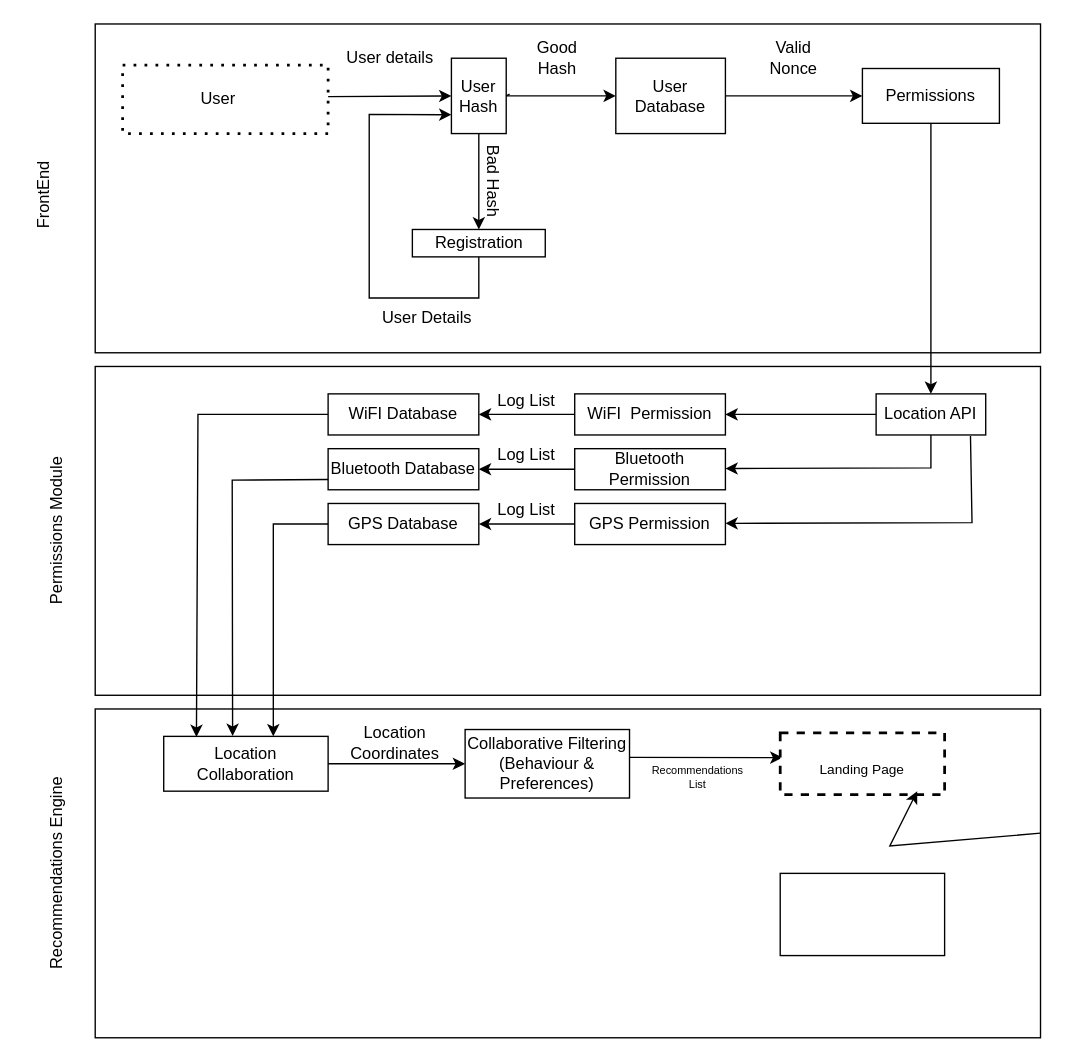
Pey-crypto/LOCI keeps this draw.io diagram as System_design.drawio. Above is the earlier version. Source tidied: cells renumbered, new cells numbered last; positions are measured from the earlier drawing's top-left corner, leaving out a move shared by most shapes. Both pictures are drawn from the tidied source at 137%, with x=0, y=0 at pixel (-125, 23).
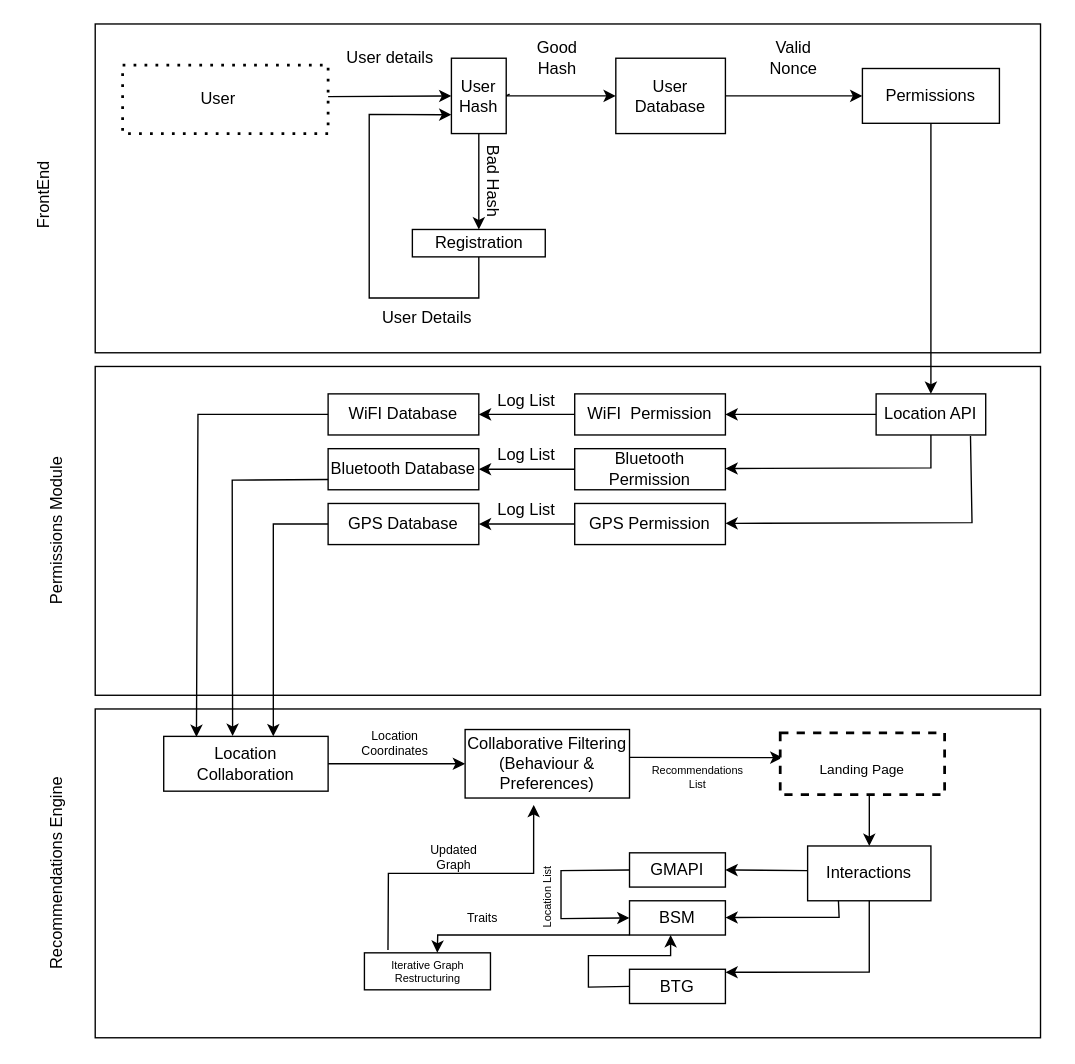
The same diagram, later.

The change refers to these unchanged cells:
```xml
<mxCell id="22" style="rounded=0;whiteSpace=wrap;html=1;" parent="1" vertex="1">
  <mxGeometry x="160" y="500" width="690" height="240" as="geometry" />
</mxCell>
<mxCell id="47" value="Collaborative Filtering (Behaviour &amp;amp; Preferences)" style="rounded=0;whiteSpace=wrap;html=1;" parent="1" vertex="1">
  <mxGeometry x="430" y="515" width="120" height="50" as="geometry" />
</mxCell>
<mxCell id="52" value="&lt;font size=&quot;1&quot;&gt;Landing Page&lt;/font&gt;" style="rounded=0;whiteSpace=wrap;html=1;fontSize=20;strokeWidth=2;dashed=1;" parent="1" vertex="1">
  <mxGeometry x="660" y="517.5" width="120" height="45" as="geometry" />
</mxCell>
```

The edit, as a diff of the source:
```diff
@@
-    <mxCell id="49" value="Location Coordinates" style="text;html=1;strokeColor=none;fillColor=none;align=center;verticalAlign=middle;whiteSpace=wrap;rounded=0;" parent="1" vertex="1">
+    <mxCell id="49" value="Location Coordinates" style="text;html=1;strokeColor=none;fillColor=none;align=center;verticalAlign=middle;whiteSpace=wrap;rounded=0;fontSize=9;" parent="1" vertex="1">
       <mxGeometry x="338" y="510" width="82" height="30" as="geometry" />
     </mxCell>
@@
-    <mxCell id="53" style="endArrow=classic;html=1;rounded=0;fontSize=12;" parent="1" edge="1" source="22">
-      <mxGeometry relative="1" as="geometry">
-        <mxPoint x="760" y="560" as="targetPoint" />
-        <Array as="points">
-          <mxPoint x="740" y="600" />
-        </Array>
-      </mxGeometry>
+    <mxCell id="53" style="endArrow=classic;html=1;rounded=0;fontSize=12;exitX=0.542;exitY=1.004;exitDx=0;exitDy=0;exitPerimeter=0;" parent="1" edge="1" source="52" target="54">
+      <mxGeometry relative="1" as="geometry" />
     </mxCell>
-    <mxCell id="54" style="rounded=0;whiteSpace=wrap;html=1;fontSize=12;strokeWidth=1;" parent="1" vertex="1">
-      <mxGeometry x="660" y="620" width="120" height="60" as="geometry" />
+    <mxCell id="54" value="Interactions" style="rounded=0;whiteSpace=wrap;html=1;fontSize=12;strokeWidth=1;" parent="1" vertex="1">
+      <mxGeometry x="680" y="600" width="90" height="40" as="geometry" />
     </mxCell>
+    <mxCell id="55" style="endArrow=classic;html=1;rounded=0;fontSize=12;entryX=1;entryY=0.5;entryDx=0;entryDy=0;" parent="1" edge="1" target="56">
+      <mxGeometry relative="1" as="geometry">
+        <mxPoint x="680" y="618" as="sourcePoint" />
+      </mxGeometry>
+    </mxCell>
+    <mxCell id="56" style="rounded=0;whiteSpace=wrap;html=1;fontSize=12;strokeWidth=1;" parent="1" vertex="1">
+      <mxGeometry x="550" y="605" width="70" height="25" as="geometry" />
+    </mxCell>
+    <mxCell id="57" value="BSM" style="rounded=0;whiteSpace=wrap;html=1;fontSize=12;strokeWidth=1;" parent="1" vertex="1">
+      <mxGeometry x="550" y="640" width="70" height="25" as="geometry" />
+    </mxCell>
+    <mxCell id="58" value="BTG" style="rounded=0;whiteSpace=wrap;html=1;fontSize=12;strokeWidth=1;" parent="1" vertex="1">
+      <mxGeometry x="550" y="690" width="70" height="25" as="geometry" />
+    </mxCell>
+    <mxCell id="59" style="endArrow=classic;html=1;rounded=0;fontSize=12;entryX=1;entryY=0.5;entryDx=0;entryDy=0;exitX=0.25;exitY=1;exitDx=0;exitDy=0;" parent="1" edge="1" source="54">
+      <mxGeometry relative="1" as="geometry">
+        <mxPoint x="620" y="652.2" as="targetPoint" />
+        <Array as="points">
+          <mxPoint x="703" y="652" />
+        </Array>
+      </mxGeometry>
+    </mxCell>
+    <mxCell id="60" style="endArrow=classic;html=1;rounded=0;fontSize=12;entryX=1;entryY=0.5;entryDx=0;entryDy=0;exitX=0.5;exitY=1;exitDx=0;exitDy=0;" parent="1" edge="1" source="54">
+      <mxGeometry relative="1" as="geometry">
+        <mxPoint x="620" y="692.2" as="targetPoint" />
+        <Array as="points">
+          <mxPoint x="725" y="692" />
+        </Array>
+      </mxGeometry>
+    </mxCell>
+    <mxCell id="61" value="GMAPI" style="text;html=1;strokeColor=none;fillColor=none;align=center;verticalAlign=middle;whiteSpace=wrap;rounded=0;fontSize=12;" parent="1" vertex="1">
+      <mxGeometry x="560" y="612.5" width="50" height="10" as="geometry" />
+    </mxCell>
+    <mxCell id="62" style="endArrow=classic;html=1;rounded=0;fontSize=12;exitX=0;exitY=0.5;exitDx=0;exitDy=0;entryX=0;entryY=0.5;entryDx=0;entryDy=0;" parent="1" edge="1" source="56" target="57">
+      <mxGeometry relative="1" as="geometry">
+        <Array as="points">
+          <mxPoint x="500" y="618" />
+          <mxPoint x="500" y="653" />
+        </Array>
+      </mxGeometry>
+    </mxCell>
+    <mxCell id="63" value="Location List" style="text;html=1;strokeColor=none;fillColor=none;align=center;verticalAlign=middle;whiteSpace=wrap;rounded=0;fontSize=8;rotation=-90;" parent="1" vertex="1">
+      <mxGeometry x="455" y="622.5" width="70" height="30" as="geometry" />
+    </mxCell>
+    <mxCell id="64" value="Iterative Graph Restructuring" style="rounded=0;whiteSpace=wrap;html=1;fontSize=8;strokeWidth=1;" parent="1" vertex="1">
+      <mxGeometry x="356.5" y="678" width="92" height="27" as="geometry" />
+    </mxCell>
+    <mxCell id="65" style="endArrow=classic;html=1;rounded=0;fontSize=9;exitX=0;exitY=1;exitDx=0;exitDy=0;entryX=0.578;entryY=0;entryDx=0;entryDy=0;entryPerimeter=0;" parent="1" edge="1" source="57" target="64">
+      <mxGeometry relative="1" as="geometry">
+        <Array as="points">
+          <mxPoint x="410" y="665" />
+        </Array>
+      </mxGeometry>
+    </mxCell>
+    <mxCell id="66" style="endArrow=classic;html=1;rounded=0;fontSize=9;exitX=0;exitY=0.5;exitDx=0;exitDy=0;" parent="1" edge="1" source="58">
+      <mxGeometry relative="1" as="geometry">
+        <mxPoint x="580" y="665" as="targetPoint" />
+        <Array as="points">
+          <mxPoint x="520" y="703" />
+          <mxPoint x="520" y="680" />
+          <mxPoint x="580" y="680" />
+        </Array>
+      </mxGeometry>
+    </mxCell>
+    <mxCell id="67" value="Traits" style="text;html=1;strokeColor=none;fillColor=none;align=center;verticalAlign=middle;whiteSpace=wrap;rounded=0;fontSize=9;" parent="1" vertex="1">
+      <mxGeometry x="413" y="638" width="60" height="30" as="geometry" />
+    </mxCell>
+    <mxCell id="68" style="endArrow=classic;html=1;rounded=0;fontSize=9;entryX=0.417;entryY=1.1;entryDx=0;entryDy=0;entryPerimeter=0;exitX=0.187;exitY=-0.074;exitDx=0;exitDy=0;exitPerimeter=0;" parent="1" edge="1" source="64" target="47">
+      <mxGeometry relative="1" as="geometry">
+        <Array as="points">
+          <mxPoint x="374" y="620" />
+          <mxPoint x="480" y="620" />
+        </Array>
+      </mxGeometry>
+    </mxCell>
+    <mxCell id="69" value="Updated Graph" style="text;html=1;strokeColor=none;fillColor=none;align=center;verticalAlign=middle;whiteSpace=wrap;rounded=0;fontSize=9;" parent="1" vertex="1">
+      <mxGeometry x="391.5" y="592.5" width="60" height="30" as="geometry" />
+    </mxCell>
```
